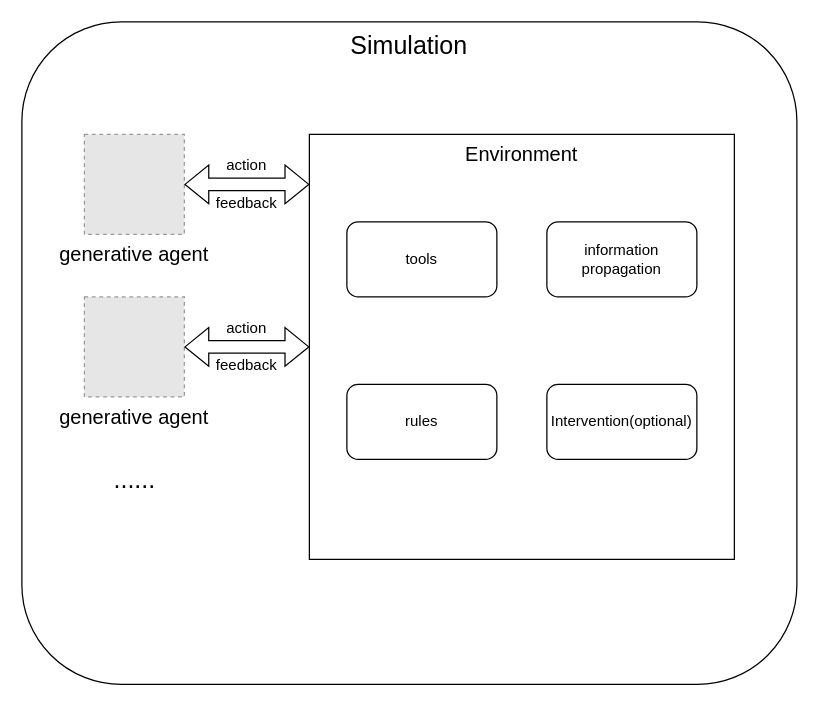
Earlier version of the draw.io diagram page "Construction_simulation" (3 of 4) of Sim_Survey.drawio (bianhua-12/Multi-generative_Agent_System_survey). Source tidied: cells renumbered, new cells numbered last; positions are measured from the earlier drawing's top-left corner, leaving out a move shared by most shapes. Both pictures are drawn from the tidied source at 125%, with x=0, y=0 at pixel (21, 21). Pictures stored in the file or linked from it are replaced by grey dashed boxes.
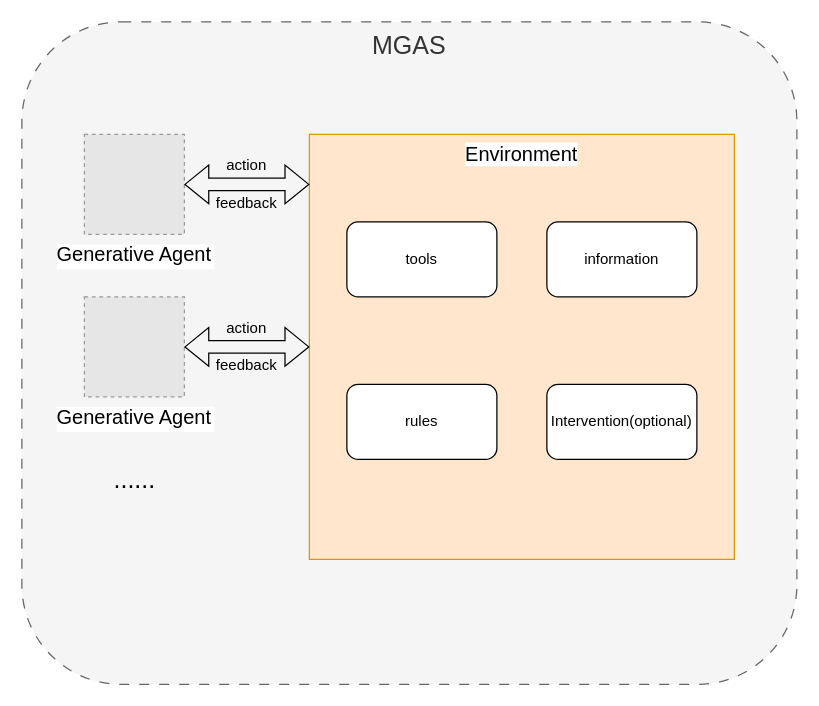
The same diagram, later.

Change to the diagram source:
```diff
@@
 <mxGraphModel>
   <root>
     <mxCell id="0" />
     <mxCell id="1" parent="0" />
-    <mxCell id="2" value="Simulation" style="rounded=1;whiteSpace=wrap;html=1;verticalAlign=top;align=center;fontSize=20;" parent="1" vertex="1">
+    <mxCell id="2" value="MGAS" style="rounded=1;whiteSpace=wrap;html=1;verticalAlign=top;align=center;fontSize=20;fillColor=#f5f5f5;fontColor=#333333;strokeColor=#666666;dashed=1;dashPattern=8 8;" parent="1" vertex="1">
       <mxGeometry width="620" height="530" as="geometry" />
     </mxCell>
-    <mxCell id="3" value="Environment" style="whiteSpace=wrap;html=1;verticalAlign=top;labelBackgroundColor=default;fontSize=16;" parent="1" vertex="1">
+    <mxCell id="3" value="Environment" style="whiteSpace=wrap;html=1;verticalAlign=top;labelBackgroundColor=default;fontSize=16;fillColor=#ffe6cc;strokeColor=#d79b00;" parent="1" vertex="1">
       <mxGeometry x="230" y="90" width="340" height="340" as="geometry" />
     </mxCell>
-    <mxCell id="4" value="generative agent" style="fillColor=#E6E6E6;strokeColor=#999999;dashed=1;verticalLabelPosition=bottom;labelBackgroundColor=default;verticalAlign=top;fontSize=16;" parent="1" vertex="1">
+    <mxCell id="4" value="Generative Agent" style="fillColor=#E6E6E6;strokeColor=#999999;dashed=1;verticalLabelPosition=bottom;labelBackgroundColor=default;verticalAlign=top;fontSize=16;" parent="1" vertex="1">
       <mxGeometry x="50" y="90" width="80" height="80" as="geometry" />
     </mxCell>
     <mxCell id="5" style="shape=flexArrow;endArrow=classic;startArrow=classic;html=1;rounded=0;" parent="1" edge="1" source="4">
       <mxGeometry relative="1" as="geometry">
         <mxPoint x="230" y="130" as="targetPoint" />
       </mxGeometry>
     </mxCell>
-    <mxCell id="6" value="generative agent" style="fillColor=#E6E6E6;strokeColor=#999999;dashed=1;verticalLabelPosition=bottom;labelBackgroundColor=default;verticalAlign=top;fontSize=16;" parent="1" vertex="1">
+    <mxCell id="6" value="Generative Agent" style="fillColor=#E6E6E6;strokeColor=#999999;dashed=1;verticalLabelPosition=bottom;labelBackgroundColor=default;verticalAlign=top;fontSize=16;" parent="1" vertex="1">
       <mxGeometry x="50" y="220" width="80" height="80" as="geometry" />
     </mxCell>
     <mxCell id="7" style="shape=flexArrow;endArrow=classic;startArrow=classic;html=1;rounded=0;entryX=0;entryY=0.5;entryDx=0;entryDy=0;" parent="1" edge="1" source="6" target="3">
       <mxGeometry relative="1" as="geometry" />
     </mxCell>
     <mxCell id="8" value="......" style="text;html=1;align=center;verticalAlign=middle;strokeColor=none;fillColor=none;fontSize=20;" parent="1" vertex="1">
       <mxGeometry x="60" y="345" width="60" height="40" as="geometry" />
     </mxCell>
     <mxCell id="9" value="action" style="text;html=1;align=center;verticalAlign=middle;whiteSpace=wrap;rounded=0;" parent="1" vertex="1">
       <mxGeometry x="150" y="100" width="60" height="30" as="geometry" />
     </mxCell>
     <mxCell id="10" value="feedback" style="text;html=1;align=center;verticalAlign=middle;whiteSpace=wrap;rounded=0;" parent="1" vertex="1">
       <mxGeometry x="150" y="130" width="60" height="30" as="geometry" />
     </mxCell>
     <mxCell id="11" value="action" style="text;html=1;align=center;verticalAlign=middle;whiteSpace=wrap;rounded=0;" parent="1" vertex="1">
       <mxGeometry x="150" y="230" width="60" height="30" as="geometry" />
     </mxCell>
     <mxCell id="12" value="feedback" style="text;html=1;align=center;verticalAlign=middle;whiteSpace=wrap;rounded=0;" parent="1" vertex="1">
       <mxGeometry x="150" y="260" width="60" height="30" as="geometry" />
     </mxCell>
     <mxCell id="13" value="tools" style="rounded=1;whiteSpace=wrap;html=1;" parent="1" vertex="1">
       <mxGeometry x="260" y="160" width="120" height="60" as="geometry" />
     </mxCell>
-    <mxCell id="14" value="information propagation" style="rounded=1;whiteSpace=wrap;html=1;" parent="1" vertex="1">
+    <mxCell id="14" value="information" style="rounded=1;whiteSpace=wrap;html=1;" parent="1" vertex="1">
       <mxGeometry x="420" y="160" width="120" height="60" as="geometry" />
     </mxCell>
     <mxCell id="15" value="rules" style="rounded=1;whiteSpace=wrap;html=1;" parent="1" vertex="1">
       <mxGeometry x="260" y="290" width="120" height="60" as="geometry" />
     </mxCell>
     <mxCell id="16" value="Intervention(optional)" style="rounded=1;whiteSpace=wrap;html=1;" parent="1" vertex="1">
       <mxGeometry x="420" y="290" width="120" height="60" as="geometry" />
     </mxCell>
   </root>
 </mxGraphModel>
```
